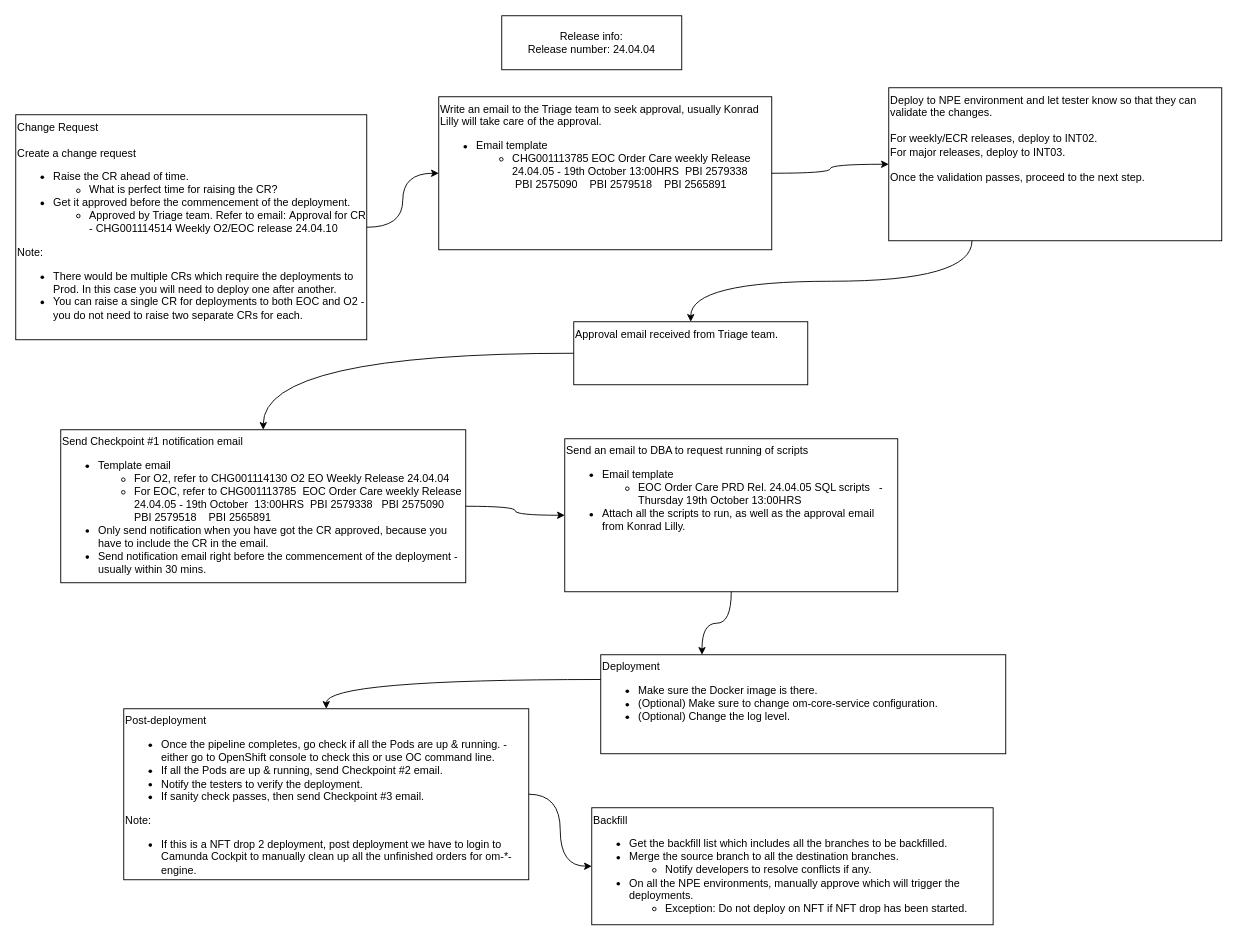
The draw.io diagram page "Page-2" (2 of 2) of sparknz_pipeline.drawio in huangdgm/drawio, before the edit. Source tidied: cells renumbered, new cells numbered last; positions are measured from the earlier drawing's top-left corner, leaving out a move shared by most shapes. Both pictures are drawn from the tidied source at 90%, with x=0, y=0 at pixel (15, 15).
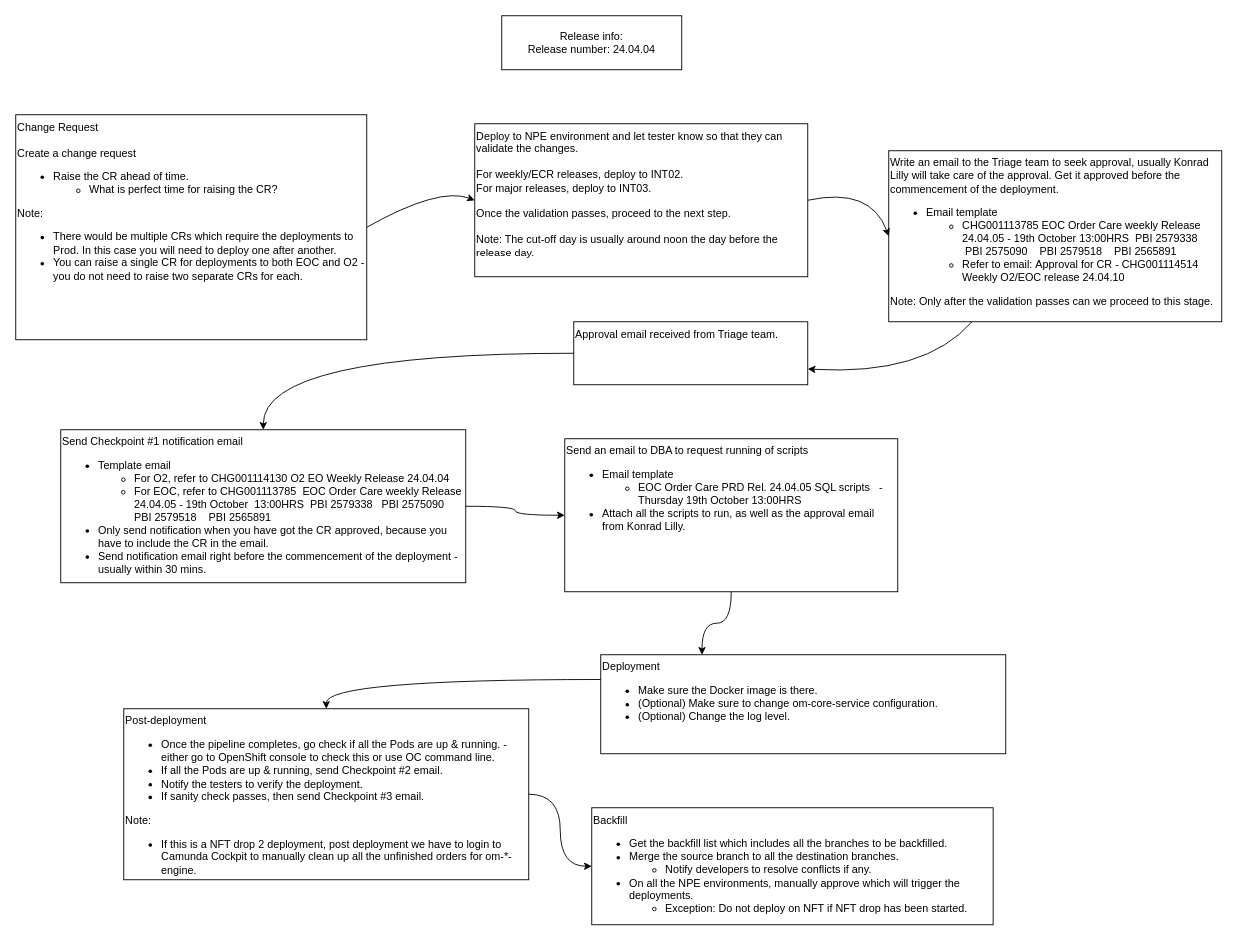
The same diagram, later.

Unchanged cells that the change refers to:
```xml
<mxCell id="11" value="Approval email received from Triage team." style="rounded=1;whiteSpace=wrap;html=1;arcSize=0;verticalAlign=top;align=left;" parent="1" vertex="1">
  <mxGeometry x="620" y="340" width="260" height="70" as="geometry" />
</mxCell>
```

Diff of the diagram source:
```diff
@@
-    <mxCell id="2" style="edgeStyle=orthogonalEdgeStyle;rounded=0;jettySize=auto;html=1;exitX=1;exitY=0.5;exitDx=0;exitDy=0;elbow=vertical;curved=1;" parent="1" edge="1" source="3" target="10">
-      <mxGeometry relative="1" as="geometry" />
-    </mxCell>
-    <mxCell id="3" value="Change Request&lt;br&gt;&lt;br&gt;Create a change request&lt;br&gt;&lt;ul&gt;&lt;li&gt;Raise the CR ahead of time.&lt;/li&gt;&lt;ul&gt;&lt;li&gt;What is perfect time for raising the CR?&lt;/li&gt;&lt;/ul&gt;&lt;li&gt;Get it approved before the commencement of the deployment.&lt;/li&gt;&lt;ul&gt;&lt;li&gt;Approved by Triage team. Refer to email:&amp;nbsp;Approval for CR - CHG001114514 Weekly O2/EOC release 24.04.10&lt;/li&gt;&lt;/ul&gt;&lt;/ul&gt;&lt;div&gt;Note:&lt;/div&gt;&lt;div&gt;&lt;ul&gt;&lt;li&gt;There would be multiple CRs which require the deployments to Prod. In this case you will need to deploy one after another.&lt;/li&gt;&lt;li&gt;You can raise a single CR for deployments to both EOC and O2 - you do not need to raise two separate CRs for each.&lt;/li&gt;&lt;/ul&gt;&lt;/div&gt;" style="rounded=1;whiteSpace=wrap;html=1;arcSize=0;align=left;verticalAlign=top;" parent="1" vertex="1">
+    <mxCell id="3" value="Change Request&lt;br&gt;&lt;br&gt;Create a change request&lt;br&gt;&lt;ul&gt;&lt;li&gt;Raise the CR ahead of time.&lt;/li&gt;&lt;ul&gt;&lt;li&gt;What is perfect time for raising the CR?&lt;/li&gt;&lt;/ul&gt;&lt;/ul&gt;&lt;div&gt;Note:&lt;/div&gt;&lt;div&gt;&lt;ul&gt;&lt;li&gt;There would be multiple CRs which require the deployments to Prod. In this case you will need to deploy one after another.&lt;/li&gt;&lt;li&gt;You can raise a single CR for deployments to both EOC and O2 - you do not need to raise two separate CRs for each.&lt;/li&gt;&lt;/ul&gt;&lt;/div&gt;" style="rounded=1;whiteSpace=wrap;html=1;arcSize=0;align=left;verticalAlign=top;" parent="1" vertex="1">
       <mxGeometry y="110" width="390" height="250" as="geometry" />
     </mxCell>
@@
-    <mxCell id="10" value="Write an email to the Triage team to seek approval, usually Konrad Lilly will take care of the approval.&lt;br&gt;&lt;ul&gt;&lt;li&gt;Email template&lt;/li&gt;&lt;ul&gt;&lt;li&gt;CHG001113785 EOC Order Care weekly Release 24.04.05 - 19th October 13:00HRS&amp;nbsp; PBI 2579338&amp;nbsp; &amp;nbsp;PBI 2575090&amp;nbsp; &amp;nbsp; PBI 2579518&amp;nbsp; &amp;nbsp; PBI 2565891&lt;br&gt;&lt;/li&gt;&lt;/ul&gt;&lt;/ul&gt;" style="rounded=1;whiteSpace=wrap;html=1;arcSize=0;verticalAlign=top;align=left;" parent="1" vertex="1">
-      <mxGeometry x="470" y="90" width="370" height="170" as="geometry" />
+    <mxCell id="10" value="Write an email to the Triage team to seek approval, usually Konrad Lilly will take care of the approval.&amp;nbsp;&lt;span style=&quot;background-color: initial;&quot;&gt;Get it approved before the commencement of the deployment.&lt;/span&gt;&lt;br&gt;&lt;ul&gt;&lt;li&gt;Email template&lt;/li&gt;&lt;ul&gt;&lt;li&gt;CHG001113785 EOC Order Care weekly Release 24.04.05 - 19th October 13:00HRS&amp;nbsp; PBI 2579338&amp;nbsp; &amp;nbsp;PBI 2575090&amp;nbsp; &amp;nbsp; PBI 2579518&amp;nbsp; &amp;nbsp; PBI 2565891&lt;br&gt;&lt;/li&gt;&lt;li&gt;&lt;span style=&quot;background-color: initial;&quot;&gt;Refer to email:&amp;nbsp;Approval for CR - CHG001114514 Weekly O2/EOC release 24.04.10&lt;/span&gt;&lt;br&gt;&lt;/li&gt;&lt;/ul&gt;&lt;/ul&gt;&lt;div&gt;Note: Only after the validation passes can we proceed to this stage.&lt;/div&gt;" style="rounded=1;whiteSpace=wrap;html=1;arcSize=0;verticalAlign=top;align=left;" parent="1" vertex="1">
+      <mxGeometry x="970" y="150" width="370" height="190" as="geometry" />
     </mxCell>
@@
-    <mxCell id="12" style="edgeStyle=orthogonalEdgeStyle;rounded=0;jettySize=auto;html=1;exitX=1;exitY=0.5;exitDx=0;exitDy=0;elbow=vertical;curved=1;entryX=0;entryY=0.5;entryDx=0;entryDy=0;" parent="1" edge="1" source="10" target="17">
-      <mxGeometry relative="1" as="geometry" />
-    </mxCell>
@@
-    <mxCell id="17" value="Deploy to NPE environment and let tester know so that they can validate the changes.&lt;br&gt;&lt;br&gt;For weekly/ECR releases, deploy to INT02.&lt;br&gt;For major releases, deploy to INT03.&lt;br&gt;&lt;br&gt;Once the validation passes, proceed to the next step." style="rounded=1;whiteSpace=wrap;html=1;arcSize=0;verticalAlign=top;align=left;" parent="1" vertex="1">
-      <mxGeometry x="970" y="80" width="370" height="170" as="geometry" />
+    <mxCell id="17" value="Deploy to NPE environment and let tester know so that they can validate the changes.&lt;br&gt;&lt;br&gt;For weekly/ECR releases, deploy to INT02.&lt;br&gt;For major releases, deploy to INT03.&lt;br&gt;&lt;br&gt;Once the validation passes, proceed to the next step.&lt;br&gt;&lt;br&gt;Note: The cut-off day is usually around noon the day before the release day." style="rounded=1;whiteSpace=wrap;html=1;arcSize=0;verticalAlign=top;align=left;" parent="1" vertex="1">
+      <mxGeometry x="510" y="120" width="370" height="170" as="geometry" />
     </mxCell>
@@
-    <mxCell id="19" style="edgeStyle=orthogonalEdgeStyle;rounded=0;jettySize=auto;html=1;exitX=0.25;exitY=1;exitDx=0;exitDy=0;elbow=vertical;curved=1;" parent="1" edge="1" source="17" target="11">
-      <mxGeometry relative="1" as="geometry" />
-    </mxCell>
+    <mxCell id="20" style="curved=1;endArrow=classic;html=1;rounded=0;exitX=1;exitY=0.5;exitDx=0;exitDy=0;entryX=0;entryY=0.5;entryDx=0;entryDy=0;" parent="1" edge="1" source="3" target="17">
+      <mxGeometry relative="1" as="geometry">
+        <Array as="points">
+          <mxPoint x="470" y="190" />
+        </Array>
+      </mxGeometry>
+    </mxCell>
+    <mxCell id="21" style="curved=1;endArrow=classic;html=1;rounded=0;exitX=1;exitY=0.5;exitDx=0;exitDy=0;entryX=0;entryY=0.5;entryDx=0;entryDy=0;" parent="1" edge="1" source="17" target="10">
+      <mxGeometry relative="1" as="geometry">
+        <Array as="points">
+          <mxPoint x="950" y="190" />
+        </Array>
+      </mxGeometry>
+    </mxCell>
+    <mxCell id="22" style="curved=1;endArrow=classic;html=1;rounded=0;exitX=0.25;exitY=1;exitDx=0;exitDy=0;entryX=1;entryY=0.75;entryDx=0;entryDy=0;" parent="1" edge="1" source="10" target="11">
+      <mxGeometry relative="1" as="geometry">
+        <Array as="points">
+          <mxPoint x="1010" y="400" />
+        </Array>
+      </mxGeometry>
+    </mxCell>
```
